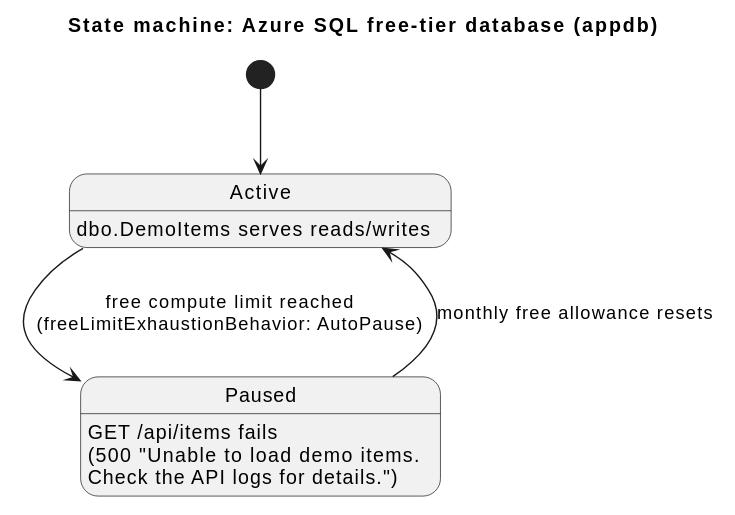
wolffy-au/frictionless-sample-azure keeps this PlantUML diagram as uml/behavior/10-state-machine.svg. Above is the earlier version.
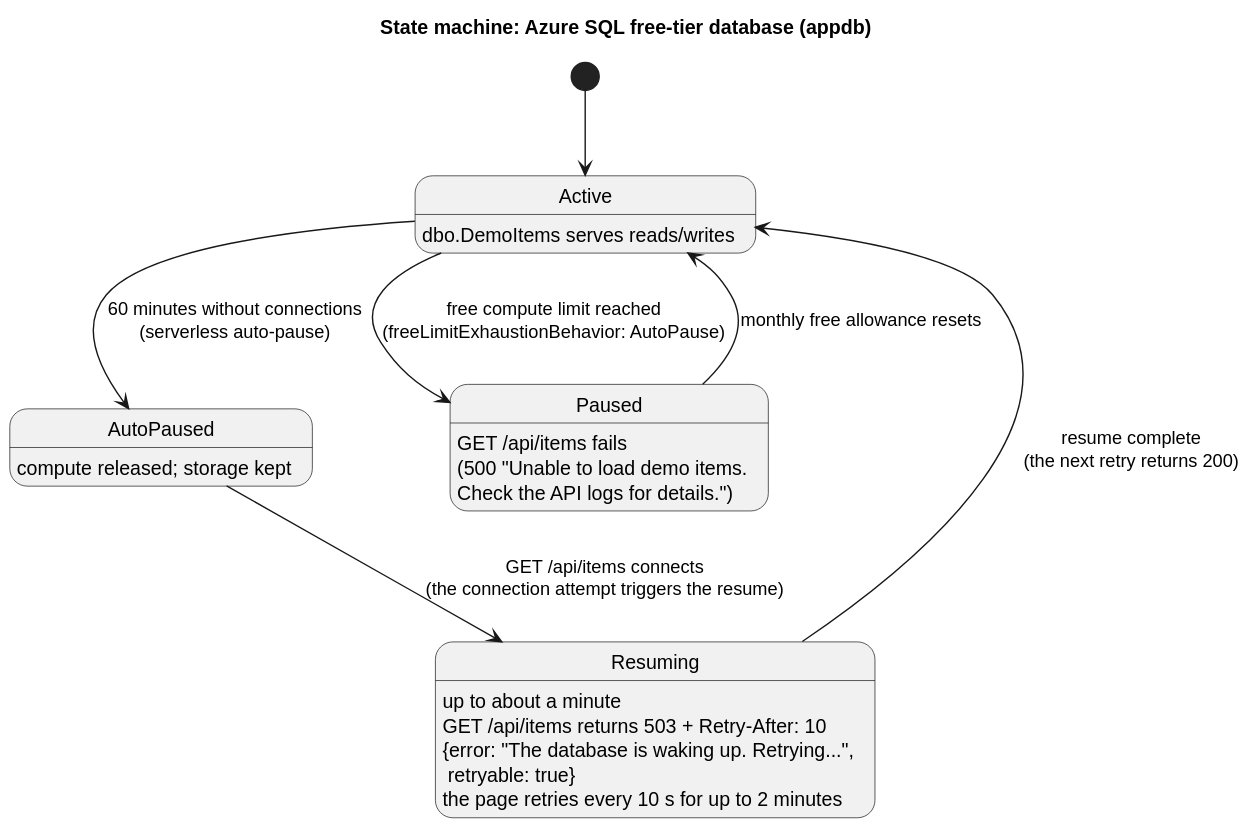
After the change.

Commit message:
docs: describe the auto-pause resume and 503 retry path

What changed in the source:
```diff
@@ -4,7 +4,14 @@
 [*] --> Active
 
 Active : dbo.DemoItems serves reads/writes
+Active --> AutoPaused : 60 minutes without connections\n(serverless auto-pause)
 Active --> Paused : free compute limit reached\n(freeLimitExhaustionBehavior: AutoPause)
+
+AutoPaused : compute released; storage kept
+AutoPaused --> Resuming : GET /api/items connects\n(the connection attempt triggers the resume)
+
+Resuming : up to about a minute\nGET /api/items returns 503 + Retry-After: 10\n{error: "The database is waking up. Retrying...",\n retryable: true}\nthe page retries every 10 s for up to 2 minutes
+Resuming --> Active : resume complete\n(the next retry returns 200)
 
 Paused : GET /api/items fails\n(500 "Unable to load demo items.\nCheck the API logs for details.")
 Paused --> Active : monthly free allowance resets
```
